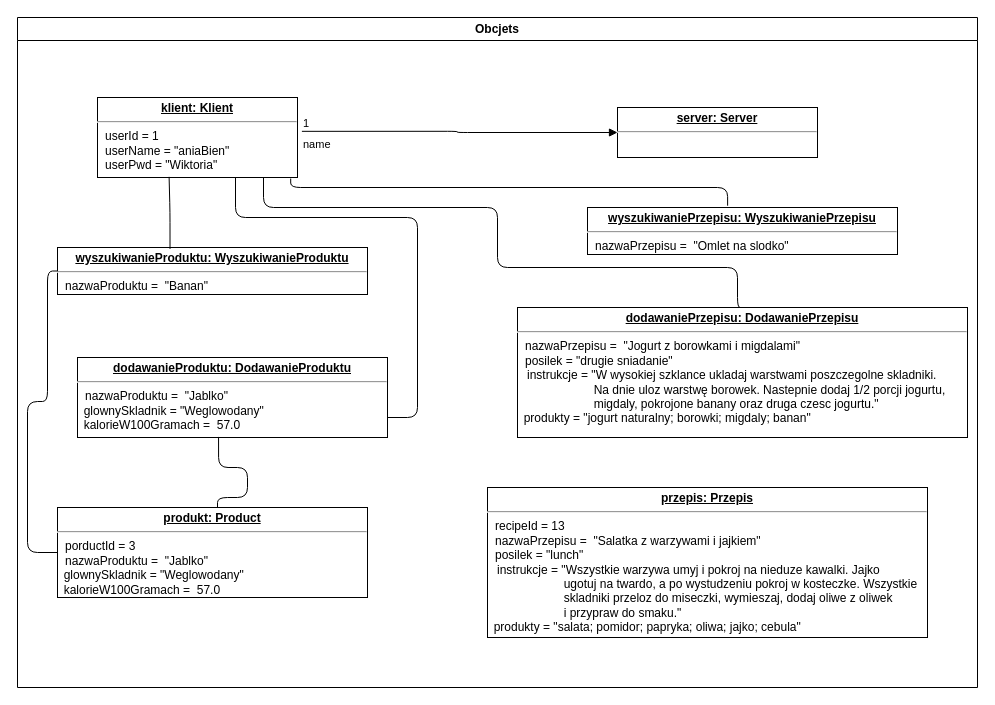
This is Object Diagram.drawio from aniauli/inzynieriaOprogramowania, a draw.io file, before an edit. Source tidied: cells renumbered, new cells numbered last; positions are measured from the earlier drawing's top-left corner, leaving out a move shared by most shapes. Both pictures are drawn from the tidied source at 100%, with x=0, y=0 at pixel (17, 17).
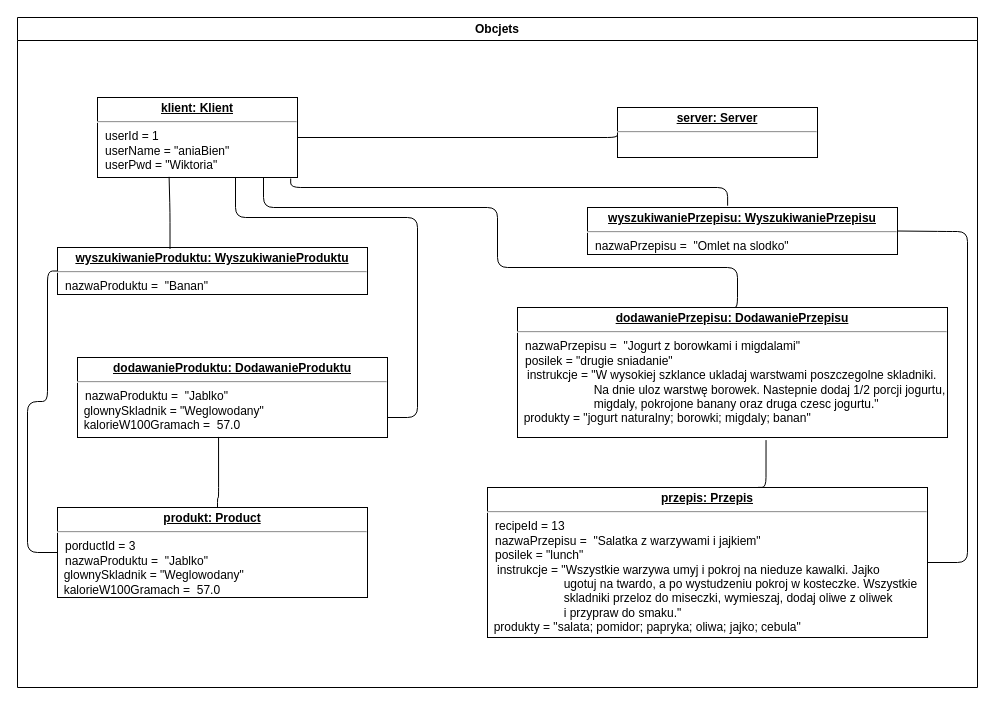
Above is the later version.

Unchanged cells that the change refers to:
```xml
<mxCell id="2" value="Obcjets" style="swimlane;whiteSpace=wrap;" parent="1" vertex="1">
  <mxGeometry width="960" height="670" as="geometry" />
</mxCell>
<mxCell id="3" value="&lt;p style=&quot;margin: 0px ; margin-top: 4px ; text-align: center ; text-decoration: underline&quot;&gt;&lt;b&gt;server: Server&lt;/b&gt;&lt;/p&gt;&lt;hr&gt;&lt;p style=&quot;margin: 0px ; margin-left: 8px&quot;&gt;&lt;br&gt;&lt;/p&gt;" style="verticalAlign=top;align=left;overflow=fill;fontSize=12;fontFamily=Helvetica;html=1;" parent="2" vertex="1">
  <mxGeometry x="600" y="90" width="200" height="50" as="geometry" />
</mxCell>
<mxCell id="4" value="&lt;p style=&quot;margin: 0px ; margin-top: 4px ; text-align: center ; text-decoration: underline&quot;&gt;&lt;b&gt;klient: Klient&lt;/b&gt;&lt;/p&gt;&lt;hr&gt;&lt;p style=&quot;margin: 0px ; margin-left: 8px&quot;&gt;userId = 1&lt;br&gt;userName = &quot;aniaBien&quot;&lt;br&gt;userPwd = &quot;Wiktoria&quot;&lt;/p&gt;" style="verticalAlign=top;align=left;overflow=fill;fontSize=12;fontFamily=Helvetica;html=1;" parent="2" vertex="1">
  <mxGeometry x="80" y="80" width="200" height="80" as="geometry" />
</mxCell>
<mxCell id="6" value="&lt;p style=&quot;margin: 0px ; margin-top: 4px ; text-align: center ; text-decoration: underline&quot;&gt;&lt;b&gt;wyszukiwaniePrzepisu: WyszukiwaniePrzepisu&lt;/b&gt;&lt;/p&gt;&lt;hr&gt;&lt;p style=&quot;margin: 0px ; margin-left: 8px&quot;&gt;nazwaPrzepisu =&amp;nbsp; &quot;Omlet na slodko&quot;&lt;br&gt;&lt;br&gt;&lt;/p&gt;" style="verticalAlign=top;align=left;overflow=fill;fontSize=12;fontFamily=Helvetica;html=1;" parent="2" vertex="1">
  <mxGeometry x="570" y="190" width="310" height="47" as="geometry" />
</mxCell>
<mxCell id="7" value="&lt;p style=&quot;margin: 0px ; margin-top: 4px ; text-align: center ; text-decoration: underline&quot;&gt;&lt;b&gt;dodawanieProduktu: DodawanieProduktu&lt;/b&gt;&lt;/p&gt;&lt;hr&gt;&lt;p style=&quot;margin: 0px ; margin-left: 8px&quot;&gt;nazwaProduktu =&amp;nbsp; &quot;Jablko&quot;&lt;/p&gt;&amp;nbsp; glownySkladnik =&amp;nbsp;&lt;span&gt;&quot;Weglowodany&quot;&lt;/span&gt;&lt;br&gt;&amp;nbsp; kalorieW100Gramach&amp;nbsp;&lt;span&gt;=&amp;nbsp; 57.0&lt;br&gt;&lt;/span&gt;&lt;p style=&quot;margin: 0px ; margin-left: 8px&quot;&gt;&lt;br&gt;&lt;/p&gt;" style="verticalAlign=top;align=left;overflow=fill;fontSize=12;fontFamily=Helvetica;html=1;" parent="2" vertex="1">
  <mxGeometry x="60" y="340" width="310" height="80" as="geometry" />
</mxCell>
<mxCell id="10" value="&lt;p style=&quot;margin: 0px ; margin-top: 4px ; text-align: center ; text-decoration: underline&quot;&gt;&lt;b&gt;przepis: Przepis&lt;/b&gt;&lt;/p&gt;&lt;hr&gt;&lt;p style=&quot;margin: 0px ; margin-left: 8px&quot;&gt;recipeId = 13&lt;/p&gt;&lt;p style=&quot;margin: 0px ; margin-left: 8px&quot;&gt;nazwaPrzepisu =&amp;nbsp; &quot;Salatka z warzywami i jajkiem&quot;&lt;/p&gt;&lt;p style=&quot;margin: 0px ; margin-left: 8px&quot;&gt;posilek = &quot;lunch&quot;&lt;/p&gt;&amp;nbsp; &amp;nbsp;instrukcje = &quot;&lt;span&gt;Wszystkie warzywa umyj i pokroj na nieduze kawalki.&amp;nbsp;&lt;/span&gt;&lt;span&gt;Jajko &lt;br&gt;&amp;nbsp; &amp;nbsp; &amp;nbsp; &amp;nbsp; &amp;nbsp; &amp;nbsp; &amp;nbsp; &amp;nbsp; &amp;nbsp; &amp;nbsp; &amp;nbsp; &amp;nbsp;ugotuj na twardo, a po wystudzeniu pokroj w kosteczke.&amp;nbsp;&lt;/span&gt;&lt;span&gt;Wszystkie &lt;br&gt;&amp;nbsp; &amp;nbsp; &amp;nbsp; &amp;nbsp; &amp;nbsp; &amp;nbsp; &amp;nbsp; &amp;nbsp; &amp;nbsp; &amp;nbsp; &amp;nbsp; &amp;nbsp;skladniki przeloz do miseczki, wymieszaj, dodaj oliwe z oliwek &lt;br&gt;&amp;nbsp; &amp;nbsp; &amp;nbsp; &amp;nbsp; &amp;nbsp; &amp;nbsp; &amp;nbsp; &amp;nbsp; &amp;nbsp; &amp;nbsp; &amp;nbsp; &amp;nbsp;i przypraw do smaku.&lt;/span&gt;&lt;span&gt;&quot;&lt;/span&gt;&lt;span&gt;&lt;br&gt;&amp;nbsp;&amp;nbsp;&lt;/span&gt;produkty = &quot;&lt;span&gt;salata;&amp;nbsp;&lt;/span&gt;&lt;span&gt;pomidor;&amp;nbsp;&lt;/span&gt;&lt;span&gt;papryka; o&lt;/span&gt;&lt;span&gt;liwa;&amp;nbsp;&lt;/span&gt;&lt;span&gt;jajko; cebula&quot;&lt;/span&gt;&lt;span&gt;&lt;br&gt;&lt;/span&gt;&lt;p style=&quot;margin: 0px ; margin-left: 8px&quot;&gt;&lt;br&gt;&lt;/p&gt;" style="verticalAlign=top;align=left;overflow=fill;fontSize=12;fontFamily=Helvetica;html=1;" parent="2" vertex="1">
  <mxGeometry x="470" y="470" width="440" height="150" as="geometry" />
</mxCell>
```

The edit, as a diff of the source:
```diff
@@
     <mxCell id="9" value="&lt;p style=&quot;margin: 0px ; margin-top: 4px ; text-align: center ; text-decoration: underline&quot;&gt;&lt;b&gt;dodawaniePrzepisu: DodawaniePrzepisu&lt;/b&gt;&lt;/p&gt;&lt;hr&gt;&lt;p style=&quot;margin: 0px ; margin-left: 8px&quot;&gt;nazwaPrzepisu =&amp;nbsp; &quot;Jogurt z borowkami i migdalami&quot;&lt;/p&gt;&lt;p style=&quot;margin: 0px ; margin-left: 8px&quot;&gt;posilek = &quot;drugie sniadanie&quot;&lt;/p&gt;&amp;nbsp; &amp;nbsp;instrukcje = &quot;&lt;span&gt;W wysokiej szklance ukladaj warstwami poszczegolne skladniki.&amp;nbsp;&lt;br&gt;&lt;/span&gt;&lt;span&gt;&amp;nbsp; &amp;nbsp; &amp;nbsp; &amp;nbsp; &amp;nbsp; &amp;nbsp; &amp;nbsp; &amp;nbsp; &amp;nbsp; &amp;nbsp; &amp;nbsp; &amp;nbsp;Na dnie uloz warstwę borowek.&amp;nbsp;&lt;/span&gt;&lt;span&gt;Nastepnie dodaj 1/2 porcji jogurtu,&amp;nbsp;&lt;br&gt;&lt;/span&gt;&lt;span&gt;&amp;nbsp; &amp;nbsp; &amp;nbsp; &amp;nbsp; &amp;nbsp; &amp;nbsp; &amp;nbsp; &amp;nbsp; &amp;nbsp; &amp;nbsp; &amp;nbsp; &amp;nbsp;migdaly,&amp;nbsp;&lt;/span&gt;&lt;span&gt;pokrojone banany oraz&amp;nbsp;&lt;/span&gt;&lt;span&gt;druga czesc jogurtu.&quot;&lt;/span&gt;&lt;span&gt;&lt;br&gt;&amp;nbsp;&amp;nbsp;&lt;/span&gt;produkty = &quot;jogurt naturalny; borowki; migdaly; banan&quot;&lt;span&gt;&lt;br&gt;&lt;/span&gt;&lt;p style=&quot;margin: 0px ; margin-left: 8px&quot;&gt;&lt;br&gt;&lt;/p&gt;" style="verticalAlign=top;align=left;overflow=fill;fontSize=12;fontFamily=Helvetica;html=1;" parent="2" vertex="1">
-      <mxGeometry x="500" y="290" width="450" height="130" as="geometry" />
+      <mxGeometry x="500" y="290" width="430" height="130" as="geometry" />
     </mxCell>
@@
     <mxCell id="11" style="endArrow=none;html=1;edgeStyle=orthogonalEdgeStyle;entryX=0.455;entryY=0.993;entryDx=0;entryDy=0;entryPerimeter=0;" parent="2" edge="1" target="7">
       <mxGeometry relative="1" as="geometry">
         <mxPoint x="200" y="490" as="sourcePoint" />
         <Array as="points">
           <mxPoint x="200" y="480" />
-          <mxPoint x="230" y="480" />
-          <mxPoint x="230" y="450" />
-          <mxPoint x="201" y="450" />
+          <mxPoint x="201" y="480" />
         </Array>
       </mxGeometry>
     </mxCell>
@@
-    <mxCell id="17" value="name" style="endArrow=block;endFill=1;html=1;edgeStyle=orthogonalEdgeStyle;align=left;verticalAlign=top;entryX=0;entryY=0.5;entryDx=0;entryDy=0;exitX=1.022;exitY=0.423;exitDx=0;exitDy=0;exitPerimeter=0;" parent="2" edge="1" source="4" target="3">
-      <mxGeometry x="-1" relative="1" as="geometry" />
-    </mxCell>
-    <mxCell id="18" value="1" style="edgeLabel;html=1;align=left;verticalAlign=bottom;" parent="17" vertex="1">
-      <mxGeometry x="-1" relative="1" as="geometry" />
-    </mxCell>
+    <mxCell id="19" style="endArrow=none;html=1;edgeStyle=orthogonalEdgeStyle;entryX=1;entryY=0.5;entryDx=0;entryDy=0;exitX=0;exitY=0.5;exitDx=0;exitDy=0;" parent="2" edge="1" source="3" target="4">
+      <mxGeometry relative="1" as="geometry">
+        <Array as="points">
+          <mxPoint x="600" y="120" />
+        </Array>
+      </mxGeometry>
+    </mxCell>
+    <mxCell id="20" style="endArrow=none;html=1;edgeStyle=orthogonalEdgeStyle;entryX=1;entryY=0.5;entryDx=0;entryDy=0;exitX=1;exitY=0.5;exitDx=0;exitDy=0;" parent="2" edge="1" source="10" target="6">
+      <mxGeometry relative="1" as="geometry">
+        <Array as="points">
+          <mxPoint x="950" y="545" />
+          <mxPoint x="950" y="214" />
+          <mxPoint x="930" y="214" />
+        </Array>
+      </mxGeometry>
+    </mxCell>
+    <mxCell id="21" style="endArrow=none;html=1;edgeStyle=orthogonalEdgeStyle;entryX=0.578;entryY=1.02;entryDx=0;entryDy=0;entryPerimeter=0;exitX=0.615;exitY=-0.001;exitDx=0;exitDy=0;exitPerimeter=0;" parent="2" edge="1" source="10" target="9">
+      <mxGeometry relative="1" as="geometry">
+        <Array as="points">
+          <mxPoint x="749" y="470" />
+        </Array>
+      </mxGeometry>
+    </mxCell>
```
